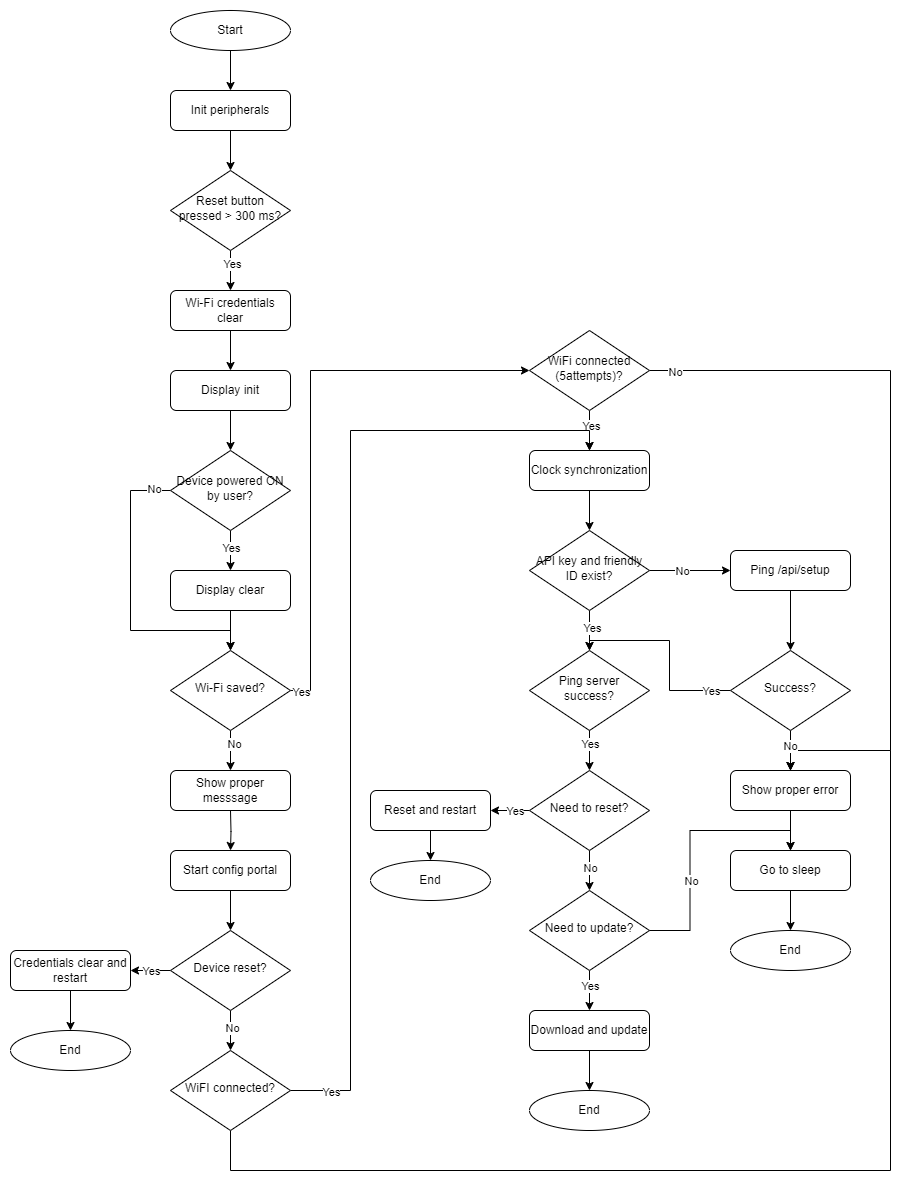
usetrmnl/firmware keeps this draw.io diagram as pics/algorithm.png. Above is the earlier version. Source tidied: cells renumbered, new cells last; positions are measured from the earlier drawing's top-left corner, leaving out a move shared by most shapes.
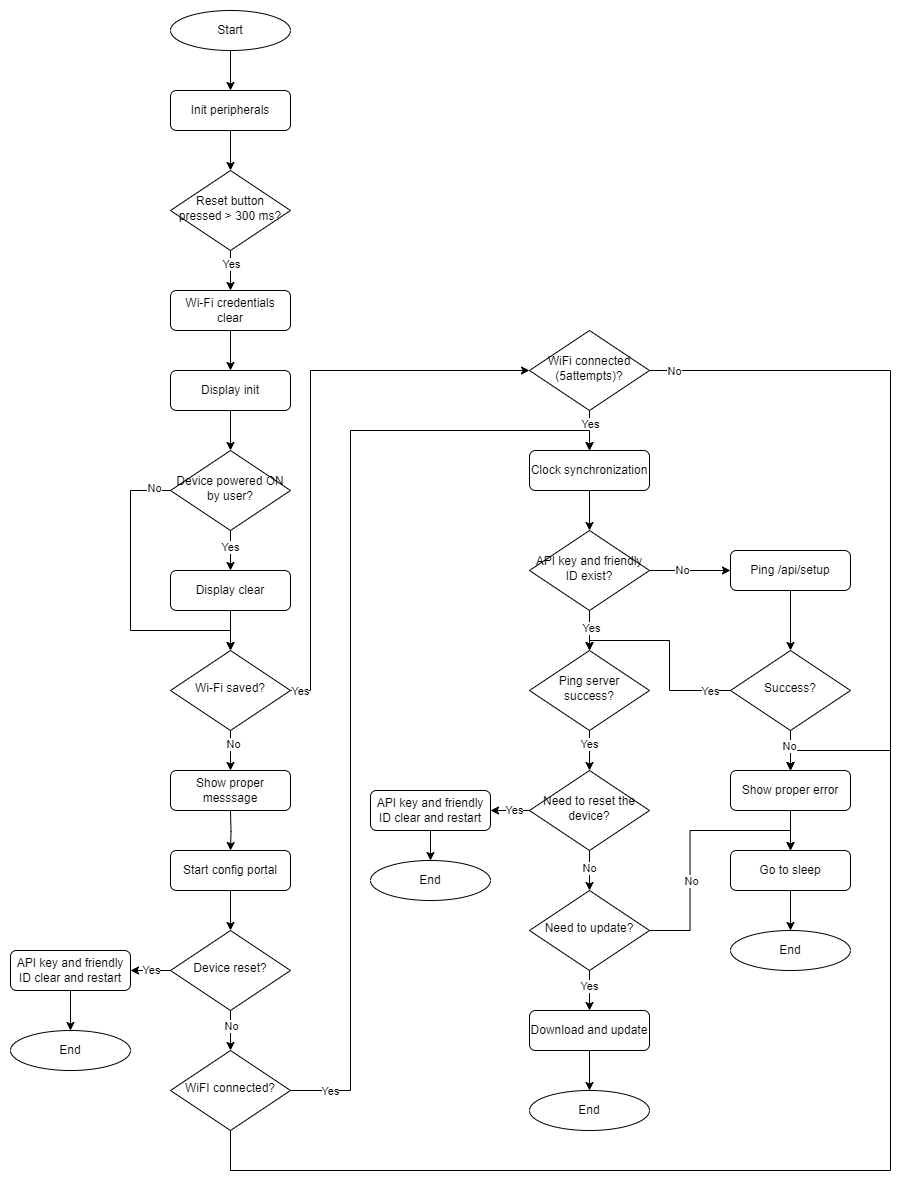
Later version of the same file.

Change to the diagram source:
```diff
@@ -182,7 +182,7 @@
     <mxCell id="49" style="edgeStyle=orthogonalEdgeStyle;rounded=0;jettySize=auto;html=1;" parent="1" edge="1" source="50" target="82">
       <mxGeometry relative="1" as="geometry" />
     </mxCell>
-    <mxCell id="50" value="Credentials clear and restart" style="rounded=1;whiteSpace=wrap;html=1;fontSize=12;glass=0;strokeWidth=1;shadow=0;" parent="1" vertex="1">
+    <mxCell id="50" value="API key and friendly ID clear and restart" style="rounded=1;whiteSpace=wrap;html=1;fontSize=12;glass=0;strokeWidth=1;shadow=0;" parent="1" vertex="1">
       <mxGeometry y="940" width="120" height="40" as="geometry" />
     </mxCell>
     <mxCell id="51" style="edgeStyle=orthogonalEdgeStyle;rounded=0;jettySize=auto;html=1;" parent="1" edge="1" source="53" target="60">
@@ -212,7 +212,7 @@
     <mxCell id="59" value="No" style="edgeLabel;html=1;align=center;verticalAlign=middle;" parent="58" vertex="1">
       <mxGeometry x="-0.15" relative="1" as="geometry" />
     </mxCell>
-    <mxCell id="60" value="Need to reset?" style="rhombus;whiteSpace=wrap;html=1;shadow=0;fontFamily=Helvetica;fontSize=12;align=center;strokeWidth=1;spacing=6;spacingTop=-4;" parent="1" vertex="1">
+    <mxCell id="60" value="Need to reset the device?" style="rhombus;whiteSpace=wrap;html=1;shadow=0;fontFamily=Helvetica;fontSize=12;align=center;strokeWidth=1;spacing=6;spacingTop=-4;" parent="1" vertex="1">
       <mxGeometry x="519" y="760" width="120" height="80" as="geometry" />
     </mxCell>
     <mxCell id="61" style="edgeStyle=orthogonalEdgeStyle;rounded=0;jettySize=auto;html=1;entryX=0.5;entryY=0;entryDx=0;entryDy=0;" parent="1" edge="1" source="65" target="53">
@@ -256,7 +256,7 @@
     <mxCell id="71" style="edgeStyle=orthogonalEdgeStyle;rounded=0;jettySize=auto;html=1;" parent="1" edge="1" source="72" target="73">
       <mxGeometry relative="1" as="geometry" />
     </mxCell>
-    <mxCell id="72" value="Reset and restart" style="rounded=1;whiteSpace=wrap;html=1;fontSize=12;glass=0;strokeWidth=1;shadow=0;" parent="1" vertex="1">
+    <mxCell id="72" value="API key and friendly ID clear and restart" style="rounded=1;whiteSpace=wrap;html=1;fontSize=12;glass=0;strokeWidth=1;shadow=0;" parent="1" vertex="1">
       <mxGeometry x="360" y="780" width="120" height="40" as="geometry" />
     </mxCell>
     <mxCell id="73" value="End" style="ellipse;whiteSpace=wrap;html=1;" parent="1" vertex="1">
```
